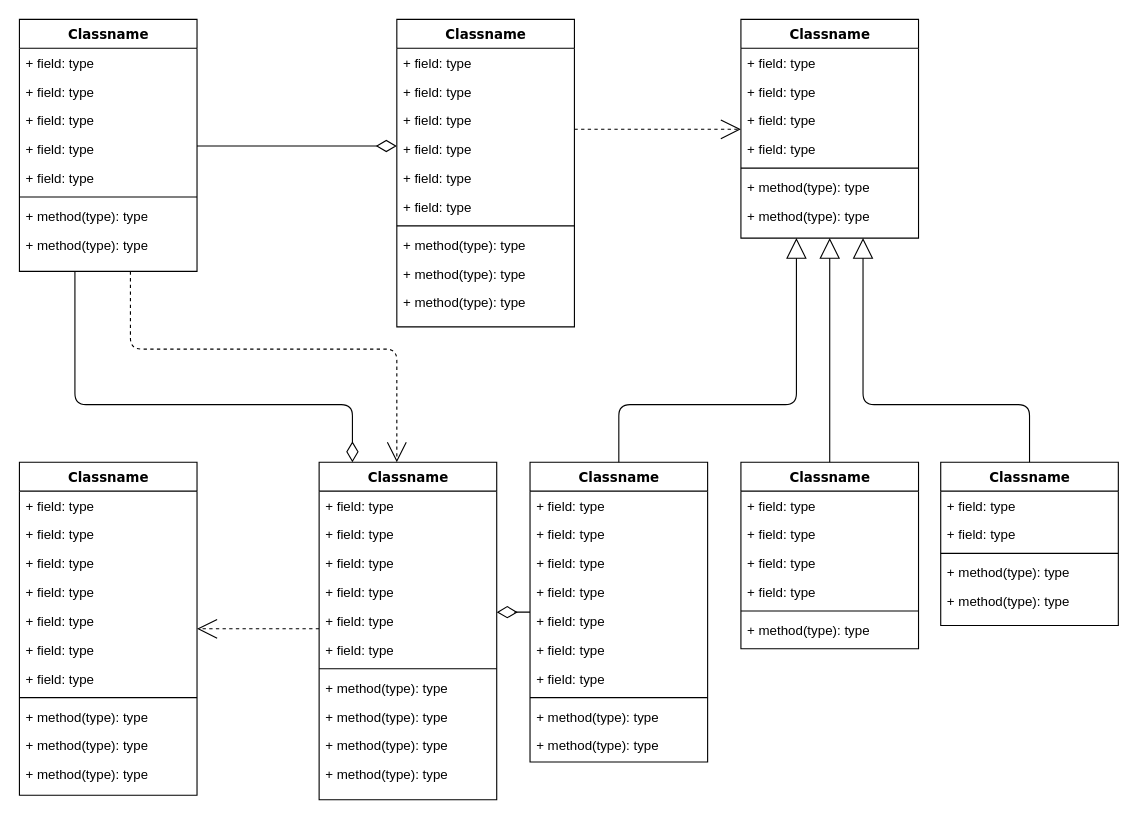
This is Untitled Diagram.drawio from EstherNjuguna/lakemart, a draw.io file, before an edit. Source tidied: cells renumbered, new cells numbered last; positions are measured from the earlier drawing's top-left corner, leaving out a move shared by most shapes. Both pictures are drawn from the tidied source at 111%, with x=0, y=0 at pixel (19, 19).
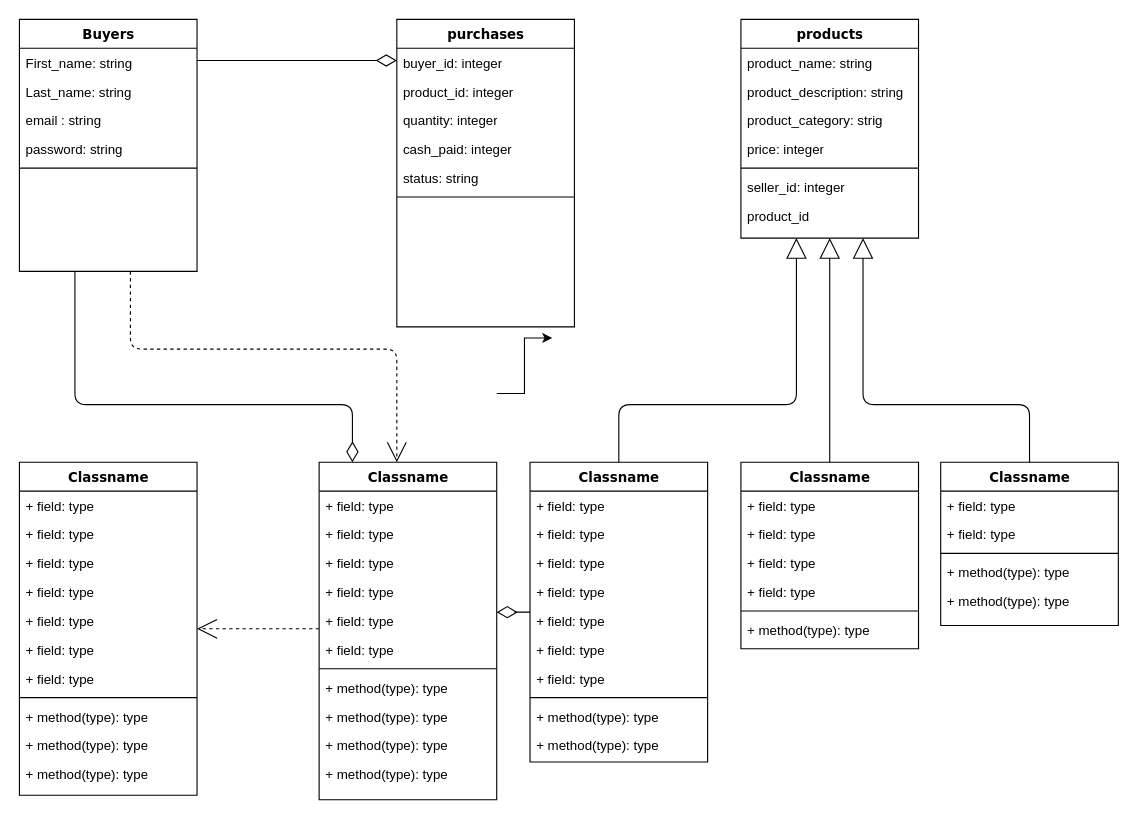
Above is the later version.

Change to the diagram source:
```diff
@@
-    <mxCell id="4" value="Classname" style="swimlane;html=1;fontStyle=1;align=center;verticalAlign=top;horizontal=1;startSize=26;swimlaneFillColor=#ffffff;rounded=0;shadow=0;comic=0;labelBackgroundColor=none;strokeWidth=1;fillColor=none;fontFamily=Verdana;fontSize=12;" parent="1" vertex="1">
+    <mxCell id="4" value="Buyers" style="swimlane;html=1;fontStyle=1;align=center;verticalAlign=top;horizontal=1;startSize=26;swimlaneFillColor=#ffffff;rounded=0;shadow=0;comic=0;labelBackgroundColor=none;strokeWidth=1;fillColor=none;fontFamily=Verdana;fontSize=12;" parent="1" vertex="1">
       <mxGeometry width="160" height="227" as="geometry" />
     </mxCell>
-    <mxCell id="5" value="+ field: type" style="text;html=1;strokeColor=none;fillColor=none;align=left;verticalAlign=top;spacingLeft=4;spacingRight=4;whiteSpace=wrap;overflow=hidden;" parent="4" vertex="1">
+    <mxCell id="5" value="First_name: string" style="text;html=1;strokeColor=none;fillColor=none;align=left;verticalAlign=top;spacingLeft=4;spacingRight=4;whiteSpace=wrap;overflow=hidden;" parent="4" vertex="1">
       <mxGeometry y="26" width="160" height="26" as="geometry" />
     </mxCell>
-    <mxCell id="6" value="+ field: type" style="text;html=1;strokeColor=none;fillColor=none;align=left;verticalAlign=top;spacingLeft=4;spacingRight=4;whiteSpace=wrap;overflow=hidden;" parent="4" vertex="1">
+    <mxCell id="6" value="Last_name: string" style="text;html=1;strokeColor=none;fillColor=none;align=left;verticalAlign=top;spacingLeft=4;spacingRight=4;whiteSpace=wrap;overflow=hidden;" parent="4" vertex="1">
       <mxGeometry y="52" width="160" height="26" as="geometry" />
     </mxCell>
-    <mxCell id="7" value="+ field: type" style="text;html=1;strokeColor=none;fillColor=none;align=left;verticalAlign=top;spacingLeft=4;spacingRight=4;whiteSpace=wrap;overflow=hidden;" parent="4" vertex="1">
-      <mxGeometry y="78" width="160" height="26" as="geometry" />
-    </mxCell>
-    <mxCell id="8" value="+ field: type" style="text;html=1;strokeColor=none;fillColor=none;align=left;verticalAlign=top;spacingLeft=4;spacingRight=4;whiteSpace=wrap;overflow=hidden;" parent="4" vertex="1">
-      <mxGeometry y="104" width="160" height="26" as="geometry" />
+    <mxCell id="8" value="email : string" style="text;html=1;strokeColor=none;fillColor=none;align=left;verticalAlign=top;spacingLeft=4;spacingRight=4;whiteSpace=wrap;overflow=hidden;" parent="4" vertex="1">
+      <mxGeometry y="78" width="160" height="26" as="geometry" />
     </mxCell>
-    <mxCell id="9" value="+ field: type" style="text;html=1;strokeColor=none;fillColor=none;align=left;verticalAlign=top;spacingLeft=4;spacingRight=4;whiteSpace=wrap;overflow=hidden;" parent="4" vertex="1">
-      <mxGeometry y="130" width="160" height="26" as="geometry" />
+    <mxCell id="9" value="password: string" style="text;html=1;strokeColor=none;fillColor=none;align=left;verticalAlign=top;spacingLeft=4;spacingRight=4;whiteSpace=wrap;overflow=hidden;" parent="4" vertex="1">
+      <mxGeometry y="104" width="160" height="26" as="geometry" />
     </mxCell>
     <mxCell id="10" style="line;html=1;strokeWidth=1;fillColor=none;align=left;verticalAlign=middle;spacingTop=-1;spacingLeft=3;spacingRight=3;labelPosition=right;" parent="4" vertex="1">
-      <mxGeometry y="156" width="160" height="8" as="geometry" />
+      <mxGeometry y="130" width="160" height="8" as="geometry" />
     </mxCell>
-    <mxCell id="11" value="+ method(type): type" style="text;html=1;strokeColor=none;fillColor=none;align=left;verticalAlign=top;spacingLeft=4;spacingRight=4;whiteSpace=wrap;overflow=hidden;" parent="4" vertex="1">
-      <mxGeometry y="164" width="160" height="26" as="geometry" />
-    </mxCell>
-    <mxCell id="12" value="+ method(type): type" style="text;html=1;strokeColor=none;fillColor=none;align=left;verticalAlign=top;spacingLeft=4;spacingRight=4;whiteSpace=wrap;overflow=hidden;" parent="4" vertex="1">
-      <mxGeometry y="190" width="160" height="26" as="geometry" />
-    </mxCell>
-    <mxCell id="13" style="edgeStyle=elbowEdgeStyle;html=1;labelBackgroundColor=none;startFill=0;startSize=8;endArrow=open;endFill=0;endSize=16;fontFamily=Verdana;fontSize=12;elbow=vertical;dashed=1;" parent="1" edge="1" source="14" target="25">
-      <mxGeometry relative="1" as="geometry" />
-    </mxCell>
-    <mxCell id="14" value="Classname" style="swimlane;html=1;fontStyle=1;align=center;verticalAlign=top;horizontal=1;startSize=26;swimlaneFillColor=#ffffff;rounded=0;shadow=0;comic=0;labelBackgroundColor=none;strokeWidth=1;fillColor=none;fontFamily=Verdana;fontSize=12;" parent="1" vertex="1">
+    <mxCell id="14" value="purchases" style="swimlane;html=1;fontStyle=1;align=center;verticalAlign=top;horizontal=1;startSize=26;swimlaneFillColor=#ffffff;rounded=0;shadow=0;comic=0;labelBackgroundColor=none;strokeWidth=1;fillColor=none;fontFamily=Verdana;fontSize=12;" parent="1" vertex="1">
       <mxGeometry x="340" width="160" height="277" as="geometry" />
     </mxCell>
-    <mxCell id="15" value="+ field: type" style="text;html=1;strokeColor=none;fillColor=none;align=left;verticalAlign=top;spacingLeft=4;spacingRight=4;whiteSpace=wrap;overflow=hidden;" parent="14" vertex="1">
+    <mxCell id="15" value="buyer_id: integer" style="text;html=1;strokeColor=none;fillColor=none;align=left;verticalAlign=top;spacingLeft=4;spacingRight=4;whiteSpace=wrap;overflow=hidden;" parent="14" vertex="1">
       <mxGeometry y="26" width="160" height="26" as="geometry" />
     </mxCell>
-    <mxCell id="16" value="+ field: type" style="text;html=1;strokeColor=none;fillColor=none;align=left;verticalAlign=top;spacingLeft=4;spacingRight=4;whiteSpace=wrap;overflow=hidden;" parent="14" vertex="1">
+    <mxCell id="16" value="product_id: integer" style="text;html=1;strokeColor=none;fillColor=none;align=left;verticalAlign=top;spacingLeft=4;spacingRight=4;whiteSpace=wrap;overflow=hidden;" parent="14" vertex="1">
       <mxGeometry y="52" width="160" height="26" as="geometry" />
     </mxCell>
-    <mxCell id="17" value="+ field: type" style="text;html=1;strokeColor=none;fillColor=none;align=left;verticalAlign=top;spacingLeft=4;spacingRight=4;whiteSpace=wrap;overflow=hidden;" parent="14" vertex="1">
+    <mxCell id="17" value="quantity: integer" style="text;html=1;strokeColor=none;fillColor=none;align=left;verticalAlign=top;spacingLeft=4;spacingRight=4;whiteSpace=wrap;overflow=hidden;" parent="14" vertex="1">
       <mxGeometry y="78" width="160" height="26" as="geometry" />
     </mxCell>
-    <mxCell id="18" value="+ field: type" style="text;html=1;strokeColor=none;fillColor=none;align=left;verticalAlign=top;spacingLeft=4;spacingRight=4;whiteSpace=wrap;overflow=hidden;" parent="14" vertex="1">
+    <mxCell id="18" value="cash_paid: integer" style="text;html=1;strokeColor=none;fillColor=none;align=left;verticalAlign=top;spacingLeft=4;spacingRight=4;whiteSpace=wrap;overflow=hidden;" parent="14" vertex="1">
       <mxGeometry y="104" width="160" height="26" as="geometry" />
     </mxCell>
-    <mxCell id="19" value="+ field: type" style="text;html=1;strokeColor=none;fillColor=none;align=left;verticalAlign=top;spacingLeft=4;spacingRight=4;whiteSpace=wrap;overflow=hidden;" parent="14" vertex="1">
+    <mxCell id="19" value="status: string" style="text;html=1;strokeColor=none;fillColor=none;align=left;verticalAlign=top;spacingLeft=4;spacingRight=4;whiteSpace=wrap;overflow=hidden;" parent="14" vertex="1">
       <mxGeometry y="130" width="160" height="26" as="geometry" />
     </mxCell>
-    <mxCell id="20" value="+ field: type" style="text;html=1;strokeColor=none;fillColor=none;align=left;verticalAlign=top;spacingLeft=4;spacingRight=4;whiteSpace=wrap;overflow=hidden;" parent="14" vertex="1">
-      <mxGeometry y="156" width="160" height="26" as="geometry" />
-    </mxCell>
     <mxCell id="21" style="line;html=1;strokeWidth=1;fillColor=none;align=left;verticalAlign=middle;spacingTop=-1;spacingLeft=3;spacingRight=3;labelPosition=right;" parent="14" vertex="1">
-      <mxGeometry y="182" width="160" height="8" as="geometry" />
+      <mxGeometry y="156" width="160" height="8" as="geometry" />
     </mxCell>
-    <mxCell id="22" value="+ method(type): type" style="text;html=1;strokeColor=none;fillColor=none;align=left;verticalAlign=top;spacingLeft=4;spacingRight=4;whiteSpace=wrap;overflow=hidden;" parent="14" vertex="1">
-      <mxGeometry y="190" width="160" height="26" as="geometry" />
-    </mxCell>
-    <mxCell id="23" value="+ method(type): type" style="text;html=1;strokeColor=none;fillColor=none;align=left;verticalAlign=top;spacingLeft=4;spacingRight=4;whiteSpace=wrap;overflow=hidden;" parent="14" vertex="1">
-      <mxGeometry y="216" width="160" height="26" as="geometry" />
-    </mxCell>
-    <mxCell id="24" value="+ method(type): type" style="text;html=1;strokeColor=none;fillColor=none;align=left;verticalAlign=top;spacingLeft=4;spacingRight=4;whiteSpace=wrap;overflow=hidden;" parent="14" vertex="1">
-      <mxGeometry y="242" width="160" height="26" as="geometry" />
-    </mxCell>
-    <mxCell id="25" value="Classname" style="swimlane;html=1;fontStyle=1;align=center;verticalAlign=top;horizontal=1;startSize=26;swimlaneFillColor=#ffffff;rounded=0;shadow=0;comic=0;labelBackgroundColor=none;strokeWidth=1;fillColor=none;fontFamily=Verdana;fontSize=12;" parent="1" vertex="1">
+    <mxCell id="25" value="products" style="swimlane;html=1;fontStyle=1;align=center;verticalAlign=top;horizontal=1;startSize=26;swimlaneFillColor=#ffffff;rounded=0;shadow=0;comic=0;labelBackgroundColor=none;strokeWidth=1;fillColor=none;fontFamily=Verdana;fontSize=12;" parent="1" vertex="1">
       <mxGeometry x="650" width="160" height="197" as="geometry" />
     </mxCell>
-    <mxCell id="26" value="+ field: type" style="text;html=1;strokeColor=none;fillColor=none;align=left;verticalAlign=top;spacingLeft=4;spacingRight=4;whiteSpace=wrap;overflow=hidden;" parent="25" vertex="1">
+    <mxCell id="26" value="product_name: string" style="text;html=1;strokeColor=none;fillColor=none;align=left;verticalAlign=top;spacingLeft=4;spacingRight=4;whiteSpace=wrap;overflow=hidden;" parent="25" vertex="1">
       <mxGeometry y="26" width="160" height="26" as="geometry" />
     </mxCell>
-    <mxCell id="27" value="+ field: type" style="text;html=1;strokeColor=none;fillColor=none;align=left;verticalAlign=top;spacingLeft=4;spacingRight=4;whiteSpace=wrap;overflow=hidden;" parent="25" vertex="1">
+    <mxCell id="27" value="product_description: string" style="text;html=1;strokeColor=none;fillColor=none;align=left;verticalAlign=top;spacingLeft=4;spacingRight=4;whiteSpace=wrap;overflow=hidden;" parent="25" vertex="1">
       <mxGeometry y="52" width="160" height="26" as="geometry" />
     </mxCell>
-    <mxCell id="28" value="+ field: type" style="text;html=1;strokeColor=none;fillColor=none;align=left;verticalAlign=top;spacingLeft=4;spacingRight=4;whiteSpace=wrap;overflow=hidden;" parent="25" vertex="1">
+    <mxCell id="28" value="product_category: strig" style="text;html=1;strokeColor=none;fillColor=none;align=left;verticalAlign=top;spacingLeft=4;spacingRight=4;whiteSpace=wrap;overflow=hidden;" parent="25" vertex="1">
       <mxGeometry y="78" width="160" height="26" as="geometry" />
     </mxCell>
-    <mxCell id="29" value="+ field: type" style="text;html=1;strokeColor=none;fillColor=none;align=left;verticalAlign=top;spacingLeft=4;spacingRight=4;whiteSpace=wrap;overflow=hidden;" parent="25" vertex="1">
+    <mxCell id="29" value="price: integer&lt;br&gt;" style="text;html=1;strokeColor=none;fillColor=none;align=left;verticalAlign=top;spacingLeft=4;spacingRight=4;whiteSpace=wrap;overflow=hidden;" parent="25" vertex="1">
       <mxGeometry y="104" width="160" height="26" as="geometry" />
     </mxCell>
@@
-    <mxCell id="31" value="+ method(type): type" style="text;html=1;strokeColor=none;fillColor=none;align=left;verticalAlign=top;spacingLeft=4;spacingRight=4;whiteSpace=wrap;overflow=hidden;" parent="25" vertex="1">
+    <mxCell id="31" value="seller_id: integer" style="text;html=1;strokeColor=none;fillColor=none;align=left;verticalAlign=top;spacingLeft=4;spacingRight=4;whiteSpace=wrap;overflow=hidden;" parent="25" vertex="1">
       <mxGeometry y="138" width="160" height="26" as="geometry" />
     </mxCell>
-    <mxCell id="32" value="+ method(type): type" style="text;html=1;strokeColor=none;fillColor=none;align=left;verticalAlign=top;spacingLeft=4;spacingRight=4;whiteSpace=wrap;overflow=hidden;" parent="25" vertex="1">
+    <mxCell id="32" value="product_id" style="text;html=1;strokeColor=none;fillColor=none;align=left;verticalAlign=top;spacingLeft=4;spacingRight=4;whiteSpace=wrap;overflow=hidden;" parent="25" vertex="1">
       <mxGeometry y="164" width="160" height="26" as="geometry" />
     </mxCell>
@@
     <mxCell id="86" style="edgeStyle=elbowEdgeStyle;html=1;labelBackgroundColor=none;startFill=0;startSize=8;endArrow=diamondThin;endFill=0;endSize=16;fontFamily=Verdana;fontSize=12;elbow=vertical;" parent="1" edge="1" source="4" target="14">
-      <mxGeometry relative="1" as="geometry" />
+      <mxGeometry relative="1" as="geometry">
+        <Array as="points">
+          <mxPoint x="200" y="37" />
+        </Array>
+      </mxGeometry>
     </mxCell>
+    <mxCell id="87" style="edgeStyle=elbowEdgeStyle;elbow=horizontal;endArrow=classic;html=1;rounded=0;" parent="1" edge="1">
+      <mxGeometry relative="1" as="geometry">
+        <mxPoint x="430" y="337" as="sourcePoint" />
+        <mxPoint x="480" y="287" as="targetPoint" />
+      </mxGeometry>
+    </mxCell>
```
